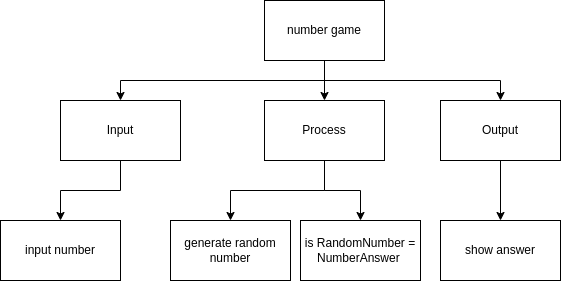
This is plan.png from devin-jhu/ICS3U-Unit3-08-Python, a draw.io export, as it was before one commit. Source tidied: cells renumbered, new cells last; positions are measured from the earlier drawing's top-left corner, leaving out a move shared by most shapes. Its diagram source:
```xml
<mxGraphModel>
  <root>
    <mxCell id="0" />
    <mxCell id="1" parent="0" />
    <mxCell id="2" style="edgeStyle=orthogonalEdgeStyle;rounded=0;html=1;exitX=0.5;exitY=1;exitDx=0;exitDy=0;entryX=0.5;entryY=0;entryDx=0;entryDy=0;" parent="1" edge="1" source="5" target="10">
      <mxGeometry relative="1" as="geometry" />
    </mxCell>
    <mxCell id="3" style="edgeStyle=orthogonalEdgeStyle;rounded=0;html=1;exitX=0.5;exitY=1;exitDx=0;exitDy=0;entryX=0.5;entryY=0;entryDx=0;entryDy=0;" parent="1" edge="1" source="5" target="7">
      <mxGeometry relative="1" as="geometry" />
    </mxCell>
    <mxCell id="4" style="edgeStyle=orthogonalEdgeStyle;rounded=0;html=1;exitX=0.5;exitY=1;exitDx=0;exitDy=0;" parent="1" edge="1" source="5" target="12">
      <mxGeometry relative="1" as="geometry" />
    </mxCell>
    <mxCell id="5" value="number game" style="rounded=0;whiteSpace=wrap;html=1;" parent="1" vertex="1">
      <mxGeometry x="264" width="120" height="60" as="geometry" />
    </mxCell>
    <mxCell id="6" style="edgeStyle=orthogonalEdgeStyle;rounded=0;html=1;exitX=0.5;exitY=1;exitDx=0;exitDy=0;" parent="1" edge="1" source="7" target="15">
      <mxGeometry relative="1" as="geometry" />
    </mxCell>
    <mxCell id="7" value="Input" style="rounded=0;whiteSpace=wrap;html=1;" parent="1" vertex="1">
      <mxGeometry x="60" y="100" width="120" height="60" as="geometry" />
    </mxCell>
    <mxCell id="8" style="edgeStyle=orthogonalEdgeStyle;html=1;exitX=0.5;exitY=1;exitDx=0;exitDy=0;rounded=0;" parent="1" edge="1" source="10" target="13">
      <mxGeometry relative="1" as="geometry" />
    </mxCell>
    <mxCell id="9" style="edgeStyle=none;html=1;exitX=0.5;exitY=1;exitDx=0;exitDy=0;entryX=0.5;entryY=0;entryDx=0;entryDy=0;rounded=0;" parent="1" edge="1" source="10" target="16">
      <mxGeometry relative="1" as="geometry">
        <Array as="points">
          <mxPoint x="324" y="190" />
          <mxPoint x="230" y="190" />
        </Array>
      </mxGeometry>
    </mxCell>
    <mxCell id="10" value="Process" style="rounded=0;whiteSpace=wrap;html=1;" parent="1" vertex="1">
      <mxGeometry x="264" y="100" width="120" height="60" as="geometry" />
    </mxCell>
    <mxCell id="11" style="edgeStyle=orthogonalEdgeStyle;html=1;exitX=0.5;exitY=1;exitDx=0;exitDy=0;rounded=0;" parent="1" edge="1" source="12" target="14">
      <mxGeometry relative="1" as="geometry" />
    </mxCell>
    <mxCell id="12" value="Output" style="rounded=0;whiteSpace=wrap;html=1;" parent="1" vertex="1">
      <mxGeometry x="440" y="100" width="120" height="60" as="geometry" />
    </mxCell>
    <mxCell id="13" value="is RandomNumber = NumberAnswer&amp;nbsp;" style="rounded=0;whiteSpace=wrap;html=1;" parent="1" vertex="1">
      <mxGeometry x="300" y="220" width="120" height="60" as="geometry" />
    </mxCell>
    <mxCell id="14" value="show answer" style="rounded=0;whiteSpace=wrap;html=1;" parent="1" vertex="1">
      <mxGeometry x="440" y="220" width="120" height="60" as="geometry" />
    </mxCell>
    <mxCell id="15" value="input number" style="rounded=0;whiteSpace=wrap;html=1;" parent="1" vertex="1">
      <mxGeometry y="220" width="120" height="60" as="geometry" />
    </mxCell>
    <mxCell id="16" value="generate random number" style="rounded=0;whiteSpace=wrap;html=1;" parent="1" vertex="1">
      <mxGeometry x="170" y="220" width="120" height="60" as="geometry" />
    </mxCell>
  </root>
</mxGraphModel>
```
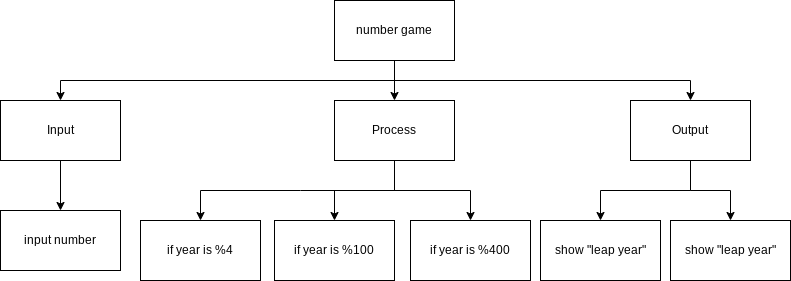
The same file after the commit.

The edit, as a diff of the source:
```diff
@@ -18,7 +18,7 @@
       <mxGeometry relative="1" as="geometry" />
     </mxCell>
     <mxCell id="7" value="Input" style="rounded=0;whiteSpace=wrap;html=1;" parent="1" vertex="1">
-      <mxGeometry x="60" y="100" width="120" height="60" as="geometry" />
+      <mxGeometry x="-70" y="100" width="120" height="60" as="geometry" />
     </mxCell>
     <mxCell id="8" style="edgeStyle=orthogonalEdgeStyle;html=1;exitX=0.5;exitY=1;exitDx=0;exitDy=0;rounded=0;" parent="1" edge="1" source="10" target="13">
       <mxGeometry relative="1" as="geometry" />
@@ -28,29 +28,52 @@
         <Array as="points">
           <mxPoint x="324" y="190" />
           <mxPoint x="230" y="190" />
+          <mxPoint x="130" y="190" />
         </Array>
       </mxGeometry>
     </mxCell>
+    <mxCell id="17" style="edgeStyle=none;rounded=0;html=1;exitX=0.5;exitY=1;exitDx=0;exitDy=0;entryX=0.5;entryY=0;entryDx=0;entryDy=0;" parent="1" edge="1" source="10" target="19">
+      <mxGeometry relative="1" as="geometry">
+        <Array as="points">
+          <mxPoint x="324" y="190" />
+          <mxPoint x="400" y="190" />
+        </Array>
+      </mxGeometry>
+    </mxCell>
     <mxCell id="10" value="Process" style="rounded=0;whiteSpace=wrap;html=1;" parent="1" vertex="1">
       <mxGeometry x="264" y="100" width="120" height="60" as="geometry" />
     </mxCell>
     <mxCell id="11" style="edgeStyle=orthogonalEdgeStyle;html=1;exitX=0.5;exitY=1;exitDx=0;exitDy=0;rounded=0;" parent="1" edge="1" source="12" target="14">
       <mxGeometry relative="1" as="geometry" />
     </mxCell>
+    <mxCell id="18" style="edgeStyle=none;rounded=0;html=1;exitX=0.5;exitY=1;exitDx=0;exitDy=0;entryX=0.5;entryY=0;entryDx=0;entryDy=0;" parent="1" edge="1" source="12" target="20">
+      <mxGeometry relative="1" as="geometry">
+        <Array as="points">
+          <mxPoint x="620" y="190" />
+          <mxPoint x="660" y="190" />
+        </Array>
+      </mxGeometry>
+    </mxCell>
     <mxCell id="12" value="Output" style="rounded=0;whiteSpace=wrap;html=1;" parent="1" vertex="1">
-      <mxGeometry x="440" y="100" width="120" height="60" as="geometry" />
+      <mxGeometry x="560" y="100" width="120" height="60" as="geometry" />
     </mxCell>
-    <mxCell id="13" value="is RandomNumber = NumberAnswer&amp;nbsp;" style="rounded=0;whiteSpace=wrap;html=1;" parent="1" vertex="1">
-      <mxGeometry x="300" y="220" width="120" height="60" as="geometry" />
+    <mxCell id="13" value="if year is %100" style="rounded=0;whiteSpace=wrap;html=1;" parent="1" vertex="1">
+      <mxGeometry x="204" y="220" width="120" height="60" as="geometry" />
     </mxCell>
-    <mxCell id="14" value="show answer" style="rounded=0;whiteSpace=wrap;html=1;" parent="1" vertex="1">
-      <mxGeometry x="440" y="220" width="120" height="60" as="geometry" />
+    <mxCell id="14" value="show &quot;leap year&quot;" style="rounded=0;whiteSpace=wrap;html=1;" parent="1" vertex="1">
+      <mxGeometry x="470" y="220" width="120" height="60" as="geometry" />
     </mxCell>
     <mxCell id="15" value="input number" style="rounded=0;whiteSpace=wrap;html=1;" parent="1" vertex="1">
-      <mxGeometry y="220" width="120" height="60" as="geometry" />
+      <mxGeometry x="-70" y="210" width="120" height="60" as="geometry" />
     </mxCell>
-    <mxCell id="16" value="generate random number" style="rounded=0;whiteSpace=wrap;html=1;" parent="1" vertex="1">
-      <mxGeometry x="170" y="220" width="120" height="60" as="geometry" />
+    <mxCell id="16" value="if year is %4" style="rounded=0;whiteSpace=wrap;html=1;" parent="1" vertex="1">
+      <mxGeometry x="70" y="220" width="120" height="60" as="geometry" />
     </mxCell>
+    <mxCell id="19" value="if year is %400" style="rounded=0;whiteSpace=wrap;html=1;" parent="1" vertex="1">
+      <mxGeometry x="340" y="220" width="120" height="60" as="geometry" />
+    </mxCell>
+    <mxCell id="20" value="show &quot;leap year&quot;" style="rounded=0;whiteSpace=wrap;html=1;" parent="1" vertex="1">
+      <mxGeometry x="600" y="220" width="120" height="60" as="geometry" />
+    </mxCell>
   </root>
 </mxGraphModel>
```
